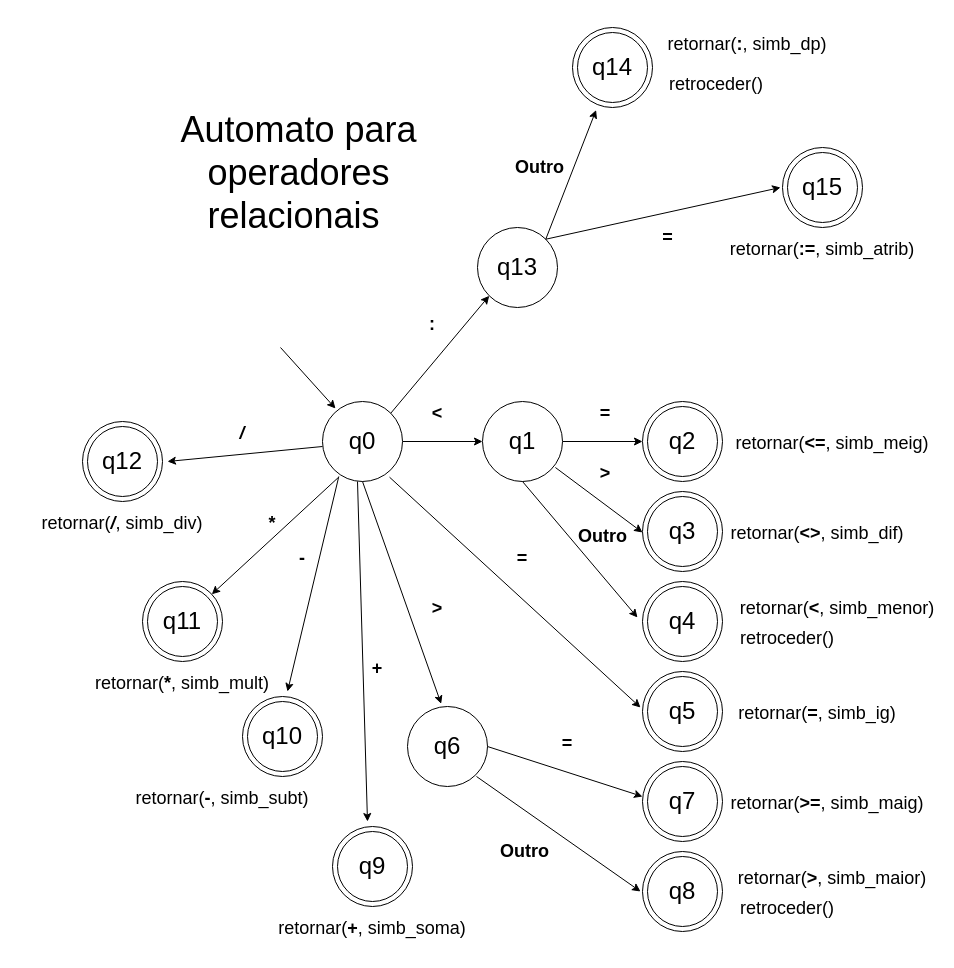
The draw.io diagram Automatos/automato_oprel_sinmat_atrib_dp.drawio in vvilliam26/compilador, before the edit. Source tidied: cells renumbered, new cells numbered last; positions are measured from the earlier drawing's top-left corner, leaving out a move shared by most shapes. Both pictures are drawn from the tidied source at 100%, with x=0, y=0 at pixel (17, 17).
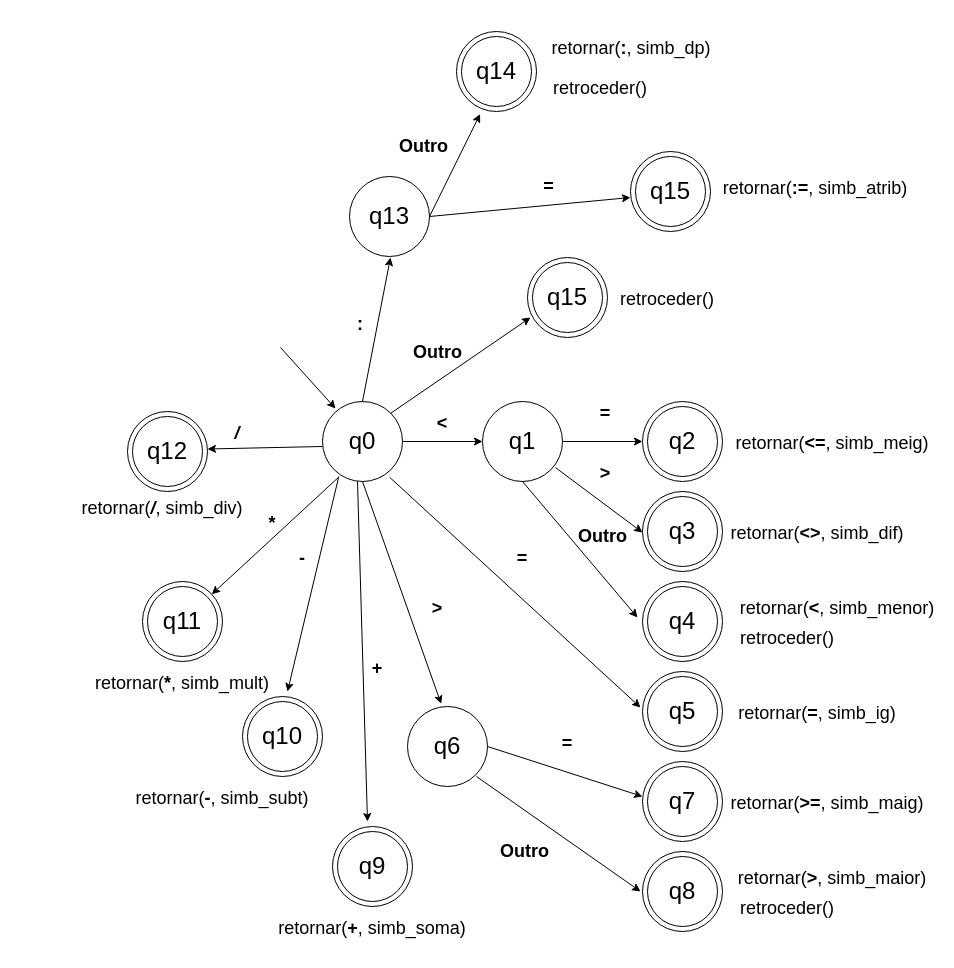
The same diagram, later.

Commit message (it also covers changes not shown here):
automato_operel_sinmat_atrib_dp

Unchanged cells that the change refers to:
```xml
<mxCell id="3" style="ellipse;whiteSpace=wrap;html=1;" parent="1" vertex="1">
  <mxGeometry x="305" y="384" width="80" height="80" as="geometry" />
</mxCell>
```

Diff of the diagram source:
```diff
@@
     <mxCell id="13" value="&lt;font style=&quot;font-size: 18px;&quot;&gt;&lt;b&gt;&amp;lt;&lt;/b&gt;&lt;/font&gt;" style="text;html=1;strokeColor=none;fillColor=none;align=center;verticalAlign=middle;whiteSpace=wrap;rounded=0;fontSize=24;" parent="1" vertex="1">
-      <mxGeometry x="390" y="379" width="60" height="30" as="geometry" />
+      <mxGeometry x="395" y="389" width="60" height="30" as="geometry" />
     </mxCell>
@@
-    <mxCell id="51" value="&lt;font style=&quot;font-size: 36px;&quot;&gt;Automato para operadores relacionais&amp;nbsp;&lt;/font&gt;" style="text;html=1;strokeColor=none;fillColor=none;align=center;verticalAlign=middle;whiteSpace=wrap;rounded=0;" parent="1" vertex="1">
-      <mxGeometry x="120" y="80" width="323" height="150" as="geometry" />
-    </mxCell>
@@
     <mxCell id="70" style="ellipse;whiteSpace=wrap;html=1;" parent="1" vertex="1">
-      <mxGeometry x="65" y="404" width="80" height="80" as="geometry" />
+      <mxGeometry x="110" y="394" width="80" height="80" as="geometry" />
     </mxCell>
     <mxCell id="71" style="ellipse;whiteSpace=wrap;html=1;" parent="1" vertex="1">
-      <mxGeometry x="70" y="409" width="70" height="70" as="geometry" />
+      <mxGeometry x="115" y="399" width="70" height="70" as="geometry" />
     </mxCell>
     <mxCell id="72" value="&lt;font style=&quot;font-size: 24px;&quot;&gt;q12&lt;/font&gt;" style="text;html=1;strokeColor=none;fillColor=none;align=center;verticalAlign=middle;whiteSpace=wrap;rounded=0;" parent="1" vertex="1">
-      <mxGeometry x="75" y="429" width="60" height="30" as="geometry" />
+      <mxGeometry x="120" y="419" width="60" height="30" as="geometry" />
     </mxCell>
     <mxCell id="73" value="&lt;span style=&quot;font-size: 18px;&quot;&gt;retornar(&lt;i&gt;&lt;b&gt;/&lt;/b&gt;&lt;/i&gt;, simb_div)&lt;/span&gt;" style="text;html=1;strokeColor=none;fillColor=none;align=center;verticalAlign=middle;whiteSpace=wrap;rounded=0;fontSize=24;" parent="1" vertex="1">
-      <mxGeometry y="479" width="210" height="50" as="geometry" />
+      <mxGeometry x="40" y="464" width="210" height="50" as="geometry" />
     </mxCell>
-    <mxCell id="74" style="endArrow=classic;html=1;rounded=0;exitX=0.199;exitY=0.949;exitDx=0;exitDy=0;exitPerimeter=0;" parent="1" edge="1">
+    <mxCell id="74" style="endArrow=classic;html=1;rounded=0;exitX=0.199;exitY=0.949;exitDx=0;exitDy=0;exitPerimeter=0;entryX=0;entryY=0.75;entryDx=0;entryDy=0;" parent="1" edge="1" target="75">
       <mxGeometry relative="1" as="geometry">
         <mxPoint x="305" y="429" as="sourcePoint" />
-        <mxPoint x="150" y="444" as="targetPoint" />
       </mxGeometry>
     </mxCell>
     <mxCell id="75" value="&lt;span style=&quot;font-size: 18px;&quot;&gt;&lt;b&gt;&lt;i&gt;/&lt;/i&gt;&lt;/b&gt;&lt;/span&gt;" style="text;html=1;strokeColor=none;fillColor=none;align=center;verticalAlign=middle;whiteSpace=wrap;rounded=0;fontSize=24;" parent="1" vertex="1">
-      <mxGeometry x="195" y="379" width="60" height="70" as="geometry" />
+      <mxGeometry x="190" y="379" width="60" height="70" as="geometry" />
     </mxCell>
     <mxCell id="76" style="ellipse;whiteSpace=wrap;html=1;" parent="1" vertex="1">
-      <mxGeometry x="555" y="10" width="80" height="80" as="geometry" />
+      <mxGeometry x="439" y="14" width="80" height="80" as="geometry" />
     </mxCell>
     <mxCell id="77" style="ellipse;whiteSpace=wrap;html=1;" parent="1" vertex="1">
-      <mxGeometry x="560" y="15" width="70" height="70" as="geometry" />
+      <mxGeometry x="444" y="19" width="70" height="70" as="geometry" />
     </mxCell>
     <mxCell id="78" value="&lt;font style=&quot;font-size: 24px;&quot;&gt;q14&lt;/font&gt;" style="text;html=1;strokeColor=none;fillColor=none;align=center;verticalAlign=middle;whiteSpace=wrap;rounded=0;" parent="1" vertex="1">
-      <mxGeometry x="565" y="35" width="60" height="30" as="geometry" />
+      <mxGeometry x="449" y="39" width="60" height="30" as="geometry" />
     </mxCell>
     <mxCell id="79" value="&lt;span style=&quot;font-size: 18px;&quot;&gt;retornar(&lt;b&gt;:&lt;/b&gt;, simb_dp)&lt;/span&gt;" style="text;html=1;strokeColor=none;fillColor=none;align=center;verticalAlign=middle;whiteSpace=wrap;rounded=0;fontSize=24;" parent="1" vertex="1">
-      <mxGeometry x="625" width="210" height="50" as="geometry" />
+      <mxGeometry x="509" y="4" width="210" height="50" as="geometry" />
     </mxCell>
     <mxCell id="80" style="ellipse;whiteSpace=wrap;html=1;" parent="1" vertex="1">
-      <mxGeometry x="765" y="130" width="80" height="80" as="geometry" />
+      <mxGeometry x="613" y="134" width="80" height="80" as="geometry" />
     </mxCell>
     <mxCell id="81" style="ellipse;whiteSpace=wrap;html=1;" parent="1" vertex="1">
-      <mxGeometry x="770" y="135" width="70" height="70" as="geometry" />
+      <mxGeometry x="618" y="139" width="70" height="70" as="geometry" />
     </mxCell>
     <mxCell id="82" value="&lt;font style=&quot;font-size: 24px;&quot;&gt;q15&lt;/font&gt;" style="text;html=1;strokeColor=none;fillColor=none;align=center;verticalAlign=middle;whiteSpace=wrap;rounded=0;" parent="1" vertex="1">
-      <mxGeometry x="775" y="155" width="60" height="30" as="geometry" />
+      <mxGeometry x="623" y="159" width="60" height="30" as="geometry" />
     </mxCell>
     <mxCell id="83" value="&lt;span style=&quot;font-size: 18px;&quot;&gt;retornar(&lt;b style=&quot;&quot;&gt;:=&lt;/b&gt;, simb_atrib)&lt;/span&gt;" style="text;html=1;strokeColor=none;fillColor=none;align=center;verticalAlign=middle;whiteSpace=wrap;rounded=0;fontSize=24;" parent="1" vertex="1">
-      <mxGeometry x="700" y="205" width="210" height="50" as="geometry" />
+      <mxGeometry x="693" y="144" width="210" height="50" as="geometry" />
     </mxCell>
     <mxCell id="84" style="ellipse;whiteSpace=wrap;html=1;" parent="1" vertex="1">
-      <mxGeometry x="460" y="210" width="80" height="80" as="geometry" />
+      <mxGeometry x="332" y="159" width="80" height="80" as="geometry" />
     </mxCell>
     <mxCell id="85" value="&lt;font style=&quot;font-size: 24px;&quot;&gt;q13&lt;/font&gt;" style="text;html=1;strokeColor=none;fillColor=none;align=center;verticalAlign=middle;whiteSpace=wrap;rounded=0;" parent="1" vertex="1">
-      <mxGeometry x="470" y="235" width="60" height="30" as="geometry" />
+      <mxGeometry x="342" y="184" width="60" height="30" as="geometry" />
     </mxCell>
-    <mxCell id="86" style="endArrow=classic;html=1;rounded=0;exitX=1;exitY=0;exitDx=0;exitDy=0;fontStyle=1;entryX=0;entryY=1;entryDx=0;entryDy=0;" parent="1" edge="1" source="3" target="84">
-      <mxGeometry relative="1" as="geometry" />
+    <mxCell id="86" style="endArrow=classic;html=1;rounded=0;exitX=0.5;exitY=0;exitDx=0;exitDy=0;fontStyle=1;" parent="1" edge="1" source="3">
+      <mxGeometry relative="1" as="geometry">
+        <mxPoint x="373" y="240" as="targetPoint" />
+      </mxGeometry>
     </mxCell>
     <mxCell id="87" value="&lt;font style=&quot;font-size: 18px;&quot;&gt;&lt;b&gt;:&lt;/b&gt;&lt;/font&gt;" style="text;html=1;strokeColor=none;fillColor=none;align=center;verticalAlign=middle;whiteSpace=wrap;rounded=0;fontSize=24;" parent="1" vertex="1">
-      <mxGeometry x="385" y="290" width="60" height="30" as="geometry" />
+      <mxGeometry x="313" y="290" width="60" height="30" as="geometry" />
     </mxCell>
-    <mxCell id="88" style="endArrow=classic;html=1;rounded=0;exitX=1;exitY=0;exitDx=0;exitDy=0;fontStyle=1;entryX=0.295;entryY=1.032;entryDx=0;entryDy=0;entryPerimeter=0;" parent="1" edge="1" source="84" target="76">
+    <mxCell id="88" style="endArrow=classic;html=1;rounded=0;exitX=1;exitY=0.5;exitDx=0;exitDy=0;fontStyle=1;entryX=0.295;entryY=1.032;entryDx=0;entryDy=0;entryPerimeter=0;" parent="1" edge="1" source="84" target="76">
       <mxGeometry relative="1" as="geometry" />
     </mxCell>
-    <mxCell id="89" style="endArrow=classic;html=1;rounded=0;exitX=1;exitY=0;exitDx=0;exitDy=0;fontStyle=1;" parent="1" edge="1" source="84">
+    <mxCell id="89" style="endArrow=classic;html=1;rounded=0;exitX=1;exitY=0.5;exitDx=0;exitDy=0;fontStyle=1;" parent="1" edge="1" source="84">
       <mxGeometry relative="1" as="geometry">
-        <mxPoint x="763" y="170" as="targetPoint" />
+        <mxPoint x="613" y="180" as="targetPoint" />
       </mxGeometry>
     </mxCell>
     <mxCell id="90" value="&lt;font style=&quot;font-size: 18px;&quot;&gt;&lt;b&gt;Outro&lt;/b&gt;&lt;/font&gt;" style="text;html=1;strokeColor=none;fillColor=none;align=center;verticalAlign=middle;whiteSpace=wrap;rounded=0;fontSize=24;" parent="1" vertex="1">
-      <mxGeometry x="490" y="130" width="65" height="35" as="geometry" />
+      <mxGeometry x="374" y="109" width="65" height="35" as="geometry" />
     </mxCell>
     <mxCell id="91" value="&lt;font style=&quot;font-size: 18px;&quot;&gt;&lt;b&gt;=&lt;/b&gt;&lt;/font&gt;" style="text;html=1;strokeColor=none;fillColor=none;align=center;verticalAlign=middle;whiteSpace=wrap;rounded=0;fontSize=24;" parent="1" vertex="1">
-      <mxGeometry x="617.5" y="200" width="65" height="35" as="geometry" />
+      <mxGeometry x="499" y="149" width="65" height="35" as="geometry" />
     </mxCell>
     <mxCell id="92" value="&lt;span style=&quot;font-size: 18px;&quot;&gt;retroceder()&lt;/span&gt;" style="text;html=1;strokeColor=none;fillColor=none;align=center;verticalAlign=middle;whiteSpace=wrap;rounded=0;fontSize=24;" parent="1" vertex="1">
-      <mxGeometry x="649" y="40" width="100" height="50" as="geometry" />
+      <mxGeometry x="533" y="44" width="100" height="50" as="geometry" />
     </mxCell>
+    <mxCell id="93" style="endArrow=classic;html=1;rounded=0;exitX=1;exitY=0;exitDx=0;exitDy=0;fontStyle=1;" parent="1" edge="1" source="3">
+      <mxGeometry relative="1" as="geometry">
+        <mxPoint x="513" y="300" as="targetPoint" />
+      </mxGeometry>
+    </mxCell>
+    <mxCell id="94" style="ellipse;whiteSpace=wrap;html=1;" parent="1" vertex="1">
+      <mxGeometry x="510" y="240" width="80" height="80" as="geometry" />
+    </mxCell>
+    <mxCell id="95" style="ellipse;whiteSpace=wrap;html=1;" parent="1" vertex="1">
+      <mxGeometry x="515" y="245" width="70" height="70" as="geometry" />
+    </mxCell>
+    <mxCell id="96" value="&lt;font style=&quot;font-size: 24px;&quot;&gt;q15&lt;/font&gt;" style="text;html=1;strokeColor=none;fillColor=none;align=center;verticalAlign=middle;whiteSpace=wrap;rounded=0;" parent="1" vertex="1">
+      <mxGeometry x="520" y="265" width="60" height="30" as="geometry" />
+    </mxCell>
+    <mxCell id="97" value="&lt;span style=&quot;font-size: 18px;&quot;&gt;retroceder()&lt;/span&gt;" style="text;html=1;strokeColor=none;fillColor=none;align=center;verticalAlign=middle;whiteSpace=wrap;rounded=0;fontSize=24;" parent="1" vertex="1">
+      <mxGeometry x="600" y="255" width="100" height="50" as="geometry" />
+    </mxCell>
+    <mxCell id="98" value="&lt;font style=&quot;font-size: 18px;&quot;&gt;&lt;b&gt;Outro&lt;/b&gt;&lt;/font&gt;" style="text;html=1;strokeColor=none;fillColor=none;align=center;verticalAlign=middle;whiteSpace=wrap;rounded=0;fontSize=24;" parent="1" vertex="1">
+      <mxGeometry x="387.5" y="315" width="65" height="35" as="geometry" />
+    </mxCell>
```
